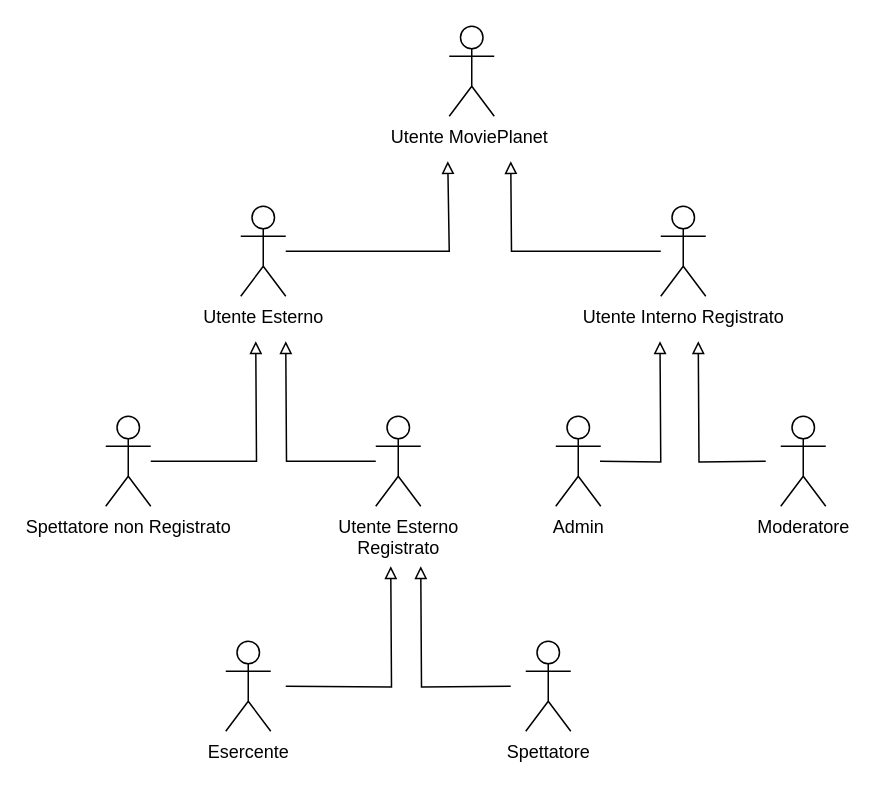
Earlier version of the draw.io diagram users.drawio (michelafarruggia/SEBD). Source tidied: cells renumbered, new cells numbered last; positions are measured from the earlier drawing's top-left corner, leaving out a move shared by most shapes. Both pictures are drawn from the tidied source at 150%, with x=0, y=0 at pixel (105, 26).
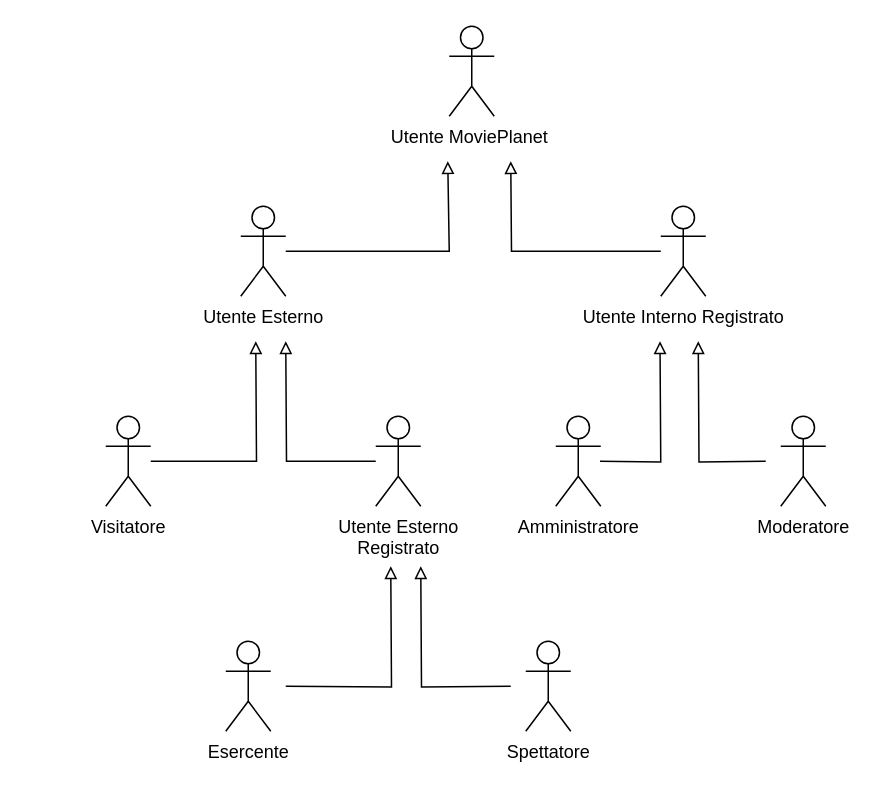
The same page after the edit.

Diff of the diagram source:
```diff
@@
-    <mxCell id="8" value="Spettatore non Registrato" style="shape=umlActor;verticalLabelPosition=bottom;verticalAlign=top;html=1;outlineConnect=0;" parent="1" vertex="1">
+    <mxCell id="8" value="Visitatore" style="shape=umlActor;verticalLabelPosition=bottom;verticalAlign=top;html=1;outlineConnect=0;" parent="1" vertex="1">
       <mxGeometry y="260" width="30" height="60" as="geometry" />
     </mxCell>
@@
-    <mxCell id="12" value="Admin" style="shape=umlActor;verticalLabelPosition=bottom;verticalAlign=top;html=1;" parent="1" vertex="1">
+    <mxCell id="12" value="Amministratore" style="shape=umlActor;verticalLabelPosition=bottom;verticalAlign=top;html=1;" parent="1" vertex="1">
       <mxGeometry x="300" y="260" width="30" height="60" as="geometry" />
     </mxCell>
```
